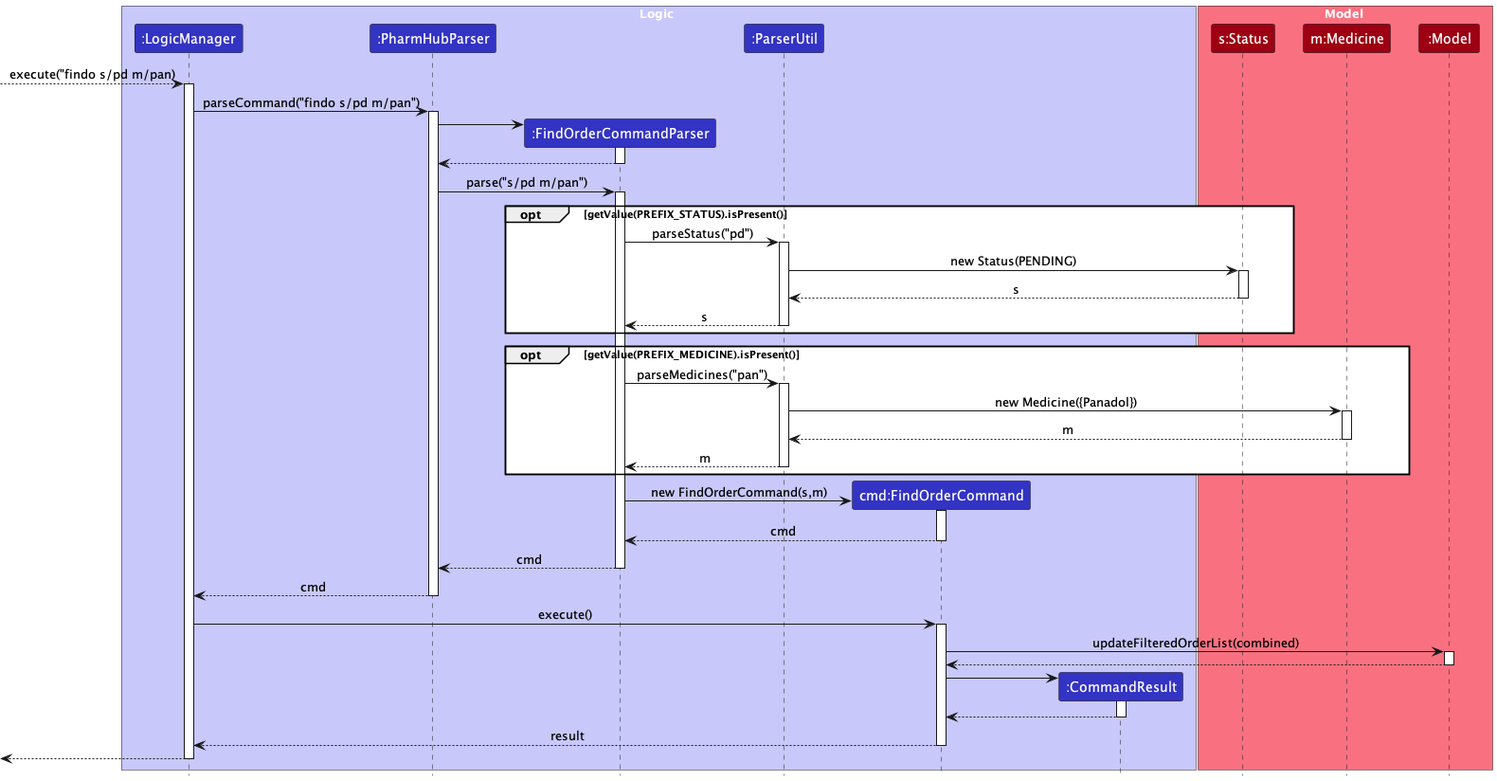
Above: docs/images/FindoSequenceDiagram.png in timetraveller-123/tp (PlantUML), before the change.
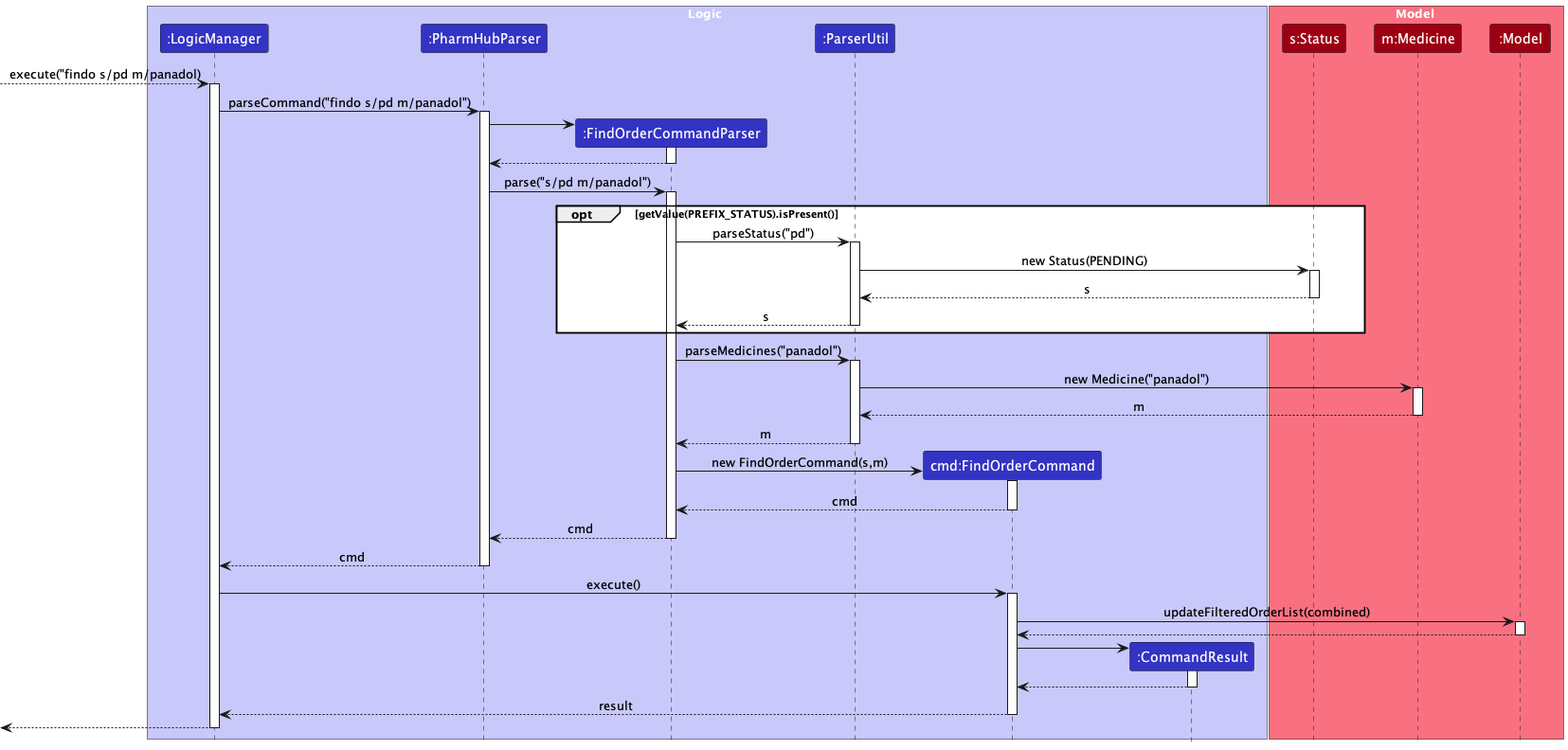
Later version of the same file.

The edit, as a diff of the source:
```diff
@@ -21,10 +21,10 @@
 participant ":Model" as Model MODEL_COLOR
 
 end box
-[--> LogicManager : execute("findo s/pd m/pan)
+[--> LogicManager : execute("findo s/pd m/panadol)
 activate LogicManager
 
-LogicManager -> PharmHubParser : parseCommand("findo s/pd m/pan")
+LogicManager -> PharmHubParser : parseCommand("findo s/pd m/panadol")
 activate PharmHubParser
 
 create FindOrderCommandParser
@@ -34,7 +34,7 @@
 FindOrderCommandParser --> PharmHubParser
 deactivate FindOrderCommandParser
 
-PharmHubParser -> FindOrderCommandParser : parse("s/pd m/pan")
+PharmHubParser -> FindOrderCommandParser : parse("s/pd m/panadol")
 activate FindOrderCommandParser
 
 opt getValue(PREFIX_STATUS).isPresent()
@@ -50,18 +50,16 @@
 deactivate ParserUtil
 end
 
-opt getValue(PREFIX_MEDICINE).isPresent()
-FindOrderCommandParser -> ParserUtil : parseMedicines("pan")
+FindOrderCommandParser -> ParserUtil : parseMedicines("panadol")
 activate ParserUtil
 
-ParserUtil -> Medicine : new Medicine({Panadol})
+ParserUtil -> Medicine : new Medicine("panadol")
 activate Medicine
 
 Medicine --> ParserUtil : m
 deactivate Medicine
 ParserUtil --> FindOrderCommandParser : m
 deactivate ParserUtil
-end
 
 create FindOrderCommand
 FindOrderCommandParser -> FindOrderCommand : new FindOrderCommand(s,m)
```
